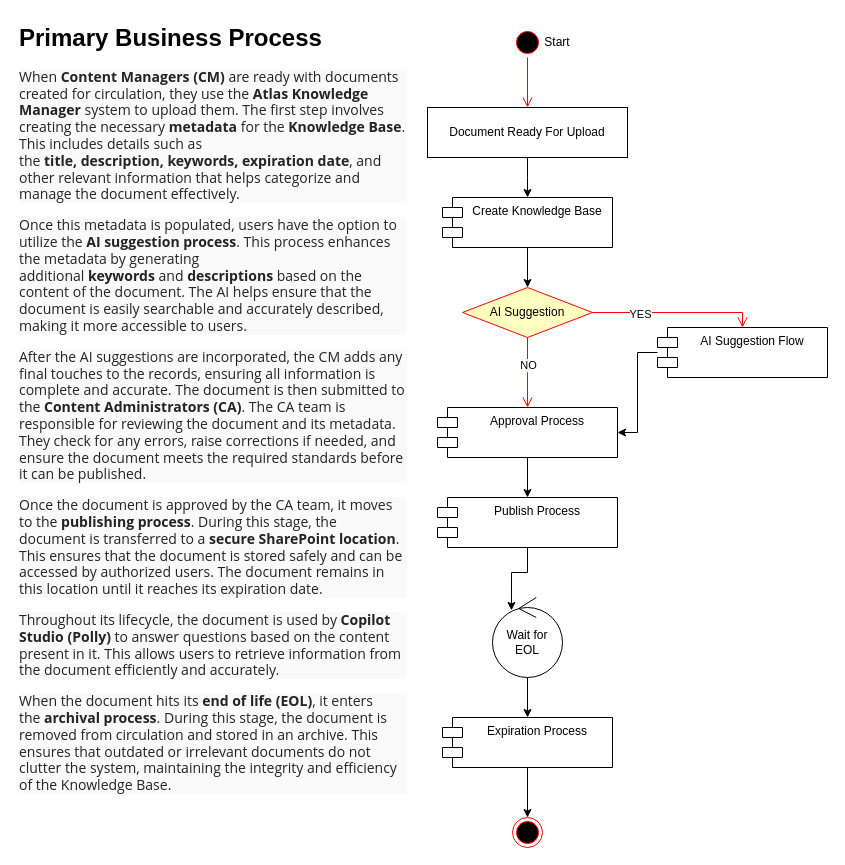
Earlier version of the draw.io diagram page "Primary BPF" (2 of 8) of AtlasDesign.drawio (vignesh989/Playing_It_Cool). Source tidied: cells renumbered, new cells numbered last; positions are measured from the earlier drawing's top-left corner, leaving out a move shared by most shapes. Both pictures are drawn from the tidied source at 100%, with x=0, y=0 at pixel (17, 17).
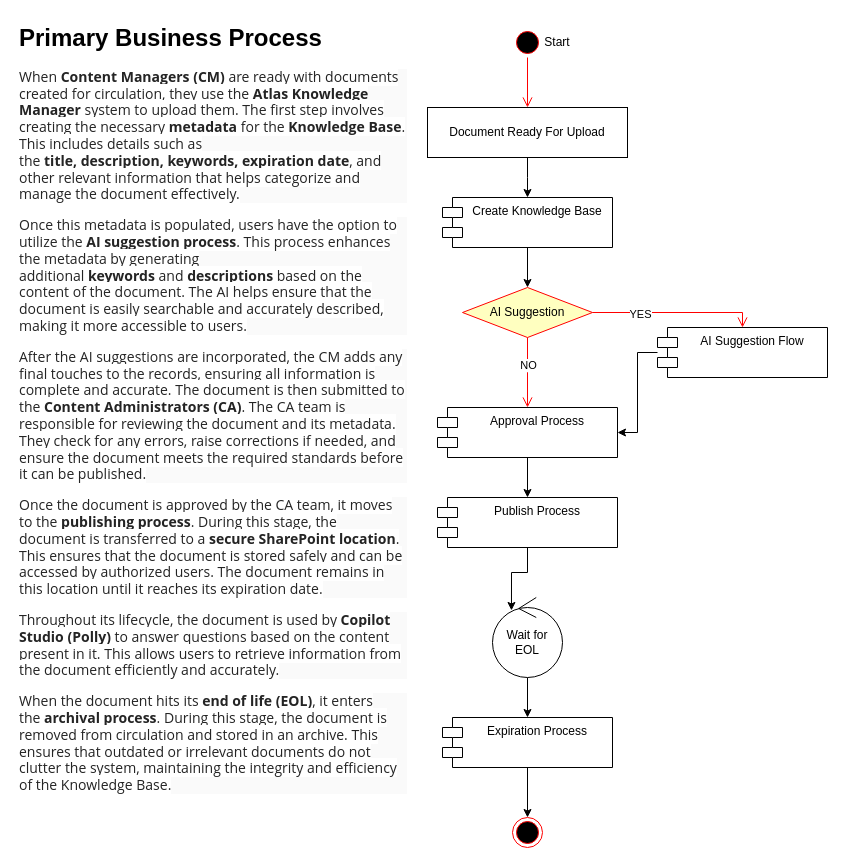
After the change.

Diff of the diagram source:
```diff
@@
-    <mxCell id="25" value="&lt;h1 style=&quot;margin-top: 0px;&quot;&gt;Primary Business Process&lt;/h1&gt;&lt;p style=&quot;margin: 0px 0px 1em; overflow-wrap: break-word; color: rgb(36, 36, 36); font-family: &amp;quot;Segoe UI&amp;quot;, &amp;quot;Segoe UI Web (West European)&amp;quot;, -apple-system, BlinkMacSystemFont, Roboto, &amp;quot;Helvetica Neue&amp;quot;, sans-serif; font-size: 14px; background-color: rgb(250, 250, 250);&quot;&gt;When&amp;nbsp;&lt;b&gt;Content Managers (CM)&lt;/b&gt;&amp;nbsp;are ready with documents created for circulation, they use the&amp;nbsp;&lt;b&gt;Atlas Knowledge Manager&amp;nbsp;&lt;/b&gt;&lt;span style=&quot;font-weight: var(--fontWeightSemibold);&quot;&gt;system&lt;/span&gt;&amp;nbsp;to upload them. The first step involves creating the necessary&amp;nbsp;&lt;b&gt;metadata&amp;nbsp;&lt;/b&gt;for the&amp;nbsp;&lt;b&gt;Knowledge Base&lt;/b&gt;. This includes details such as the&amp;nbsp;&lt;b&gt;title,&amp;nbsp;description,&amp;nbsp;keywords,&amp;nbsp;expiration date&lt;/b&gt;, and other relevant information that helps categorize and manage the document effectively.&lt;/p&gt;&lt;p style=&quot;margin: 0px 0px 1em; overflow-wrap: break-word; color: rgb(36, 36, 36); font-family: &amp;quot;Segoe UI&amp;quot;, &amp;quot;Segoe UI Web (West European)&amp;quot;, -apple-system, BlinkMacSystemFont, Roboto, &amp;quot;Helvetica Neue&amp;quot;, sans-serif; font-size: 14px; background-color: rgb(250, 250, 250);&quot;&gt;Once this metadata is populated, users have the option to utilize the&amp;nbsp;&lt;b&gt;AI suggestion process&lt;/b&gt;. This process enhances the metadata by generating additional&amp;nbsp;&lt;b&gt;keywords&amp;nbsp;&lt;/b&gt;and&amp;nbsp;&lt;b&gt;descriptions&amp;nbsp;&lt;/b&gt;based on the content of the document. The AI helps ensure that the document is easily searchable and accurately described, making it more accessible to users.&lt;/p&gt;&lt;p style=&quot;margin: 0px 0px 1em; overflow-wrap: break-word; color: rgb(36, 36, 36); font-family: &amp;quot;Segoe UI&amp;quot;, &amp;quot;Segoe UI Web (West European)&amp;quot;, -apple-system, BlinkMacSystemFont, Roboto, &amp;quot;Helvetica Neue&amp;quot;, sans-serif; font-size: 14px; background-color: rgb(250, 250, 250);&quot;&gt;After the AI suggestions are incorporated, the CM adds any final touches to the records, ensuring all information is complete and accurate. The document is then submitted to the&amp;nbsp;&lt;b&gt;Content Administrators (CA)&lt;/b&gt;. The CA team is responsible for reviewing the document and its metadata. They check for any errors, raise corrections if needed, and ensure the document meets the required standards before it can be published.&lt;/p&gt;&lt;p style=&quot;margin: 0px 0px 1em; overflow-wrap: break-word; color: rgb(36, 36, 36); font-family: &amp;quot;Segoe UI&amp;quot;, &amp;quot;Segoe UI Web (West European)&amp;quot;, -apple-system, BlinkMacSystemFont, Roboto, &amp;quot;Helvetica Neue&amp;quot;, sans-serif; font-size: 14px; background-color: rgb(250, 250, 250);&quot;&gt;Once the document is approved by the CA team, it moves to the&amp;nbsp;&lt;b&gt;publishing process&lt;/b&gt;. During this stage, the document is transferred to a&amp;nbsp;&lt;b&gt;secure SharePoint location&lt;/b&gt;. This ensures that the document is stored safely and can be accessed by authorized users. The document remains in this location until it reaches its&amp;nbsp;&lt;span style=&quot;font-weight: var(--fontWeightSemibold);&quot;&gt;expiration date&lt;/span&gt;.&lt;/p&gt;&lt;p style=&quot;margin: 0px 0px 1em; overflow-wrap: break-word; color: rgb(36, 36, 36); font-family: &amp;quot;Segoe UI&amp;quot;, &amp;quot;Segoe UI Web (West European)&amp;quot;, -apple-system, BlinkMacSystemFont, Roboto, &amp;quot;Helvetica Neue&amp;quot;, sans-serif; font-size: 14px; background-color: rgb(250, 250, 250);&quot;&gt;Throughout its lifecycle, the document is used by&amp;nbsp;&lt;b&gt;Copilot Studio (Polly)&lt;/b&gt;&amp;nbsp;to answer questions based on the content present in it. This allows users to retrieve information from the document efficiently and accurately.&lt;/p&gt;&lt;p style=&quot;margin: 0px 0px 1em; overflow-wrap: break-word; color: rgb(36, 36, 36); font-family: &amp;quot;Segoe UI&amp;quot;, &amp;quot;Segoe UI Web (West European)&amp;quot;, -apple-system, BlinkMacSystemFont, Roboto, &amp;quot;Helvetica Neue&amp;quot;, sans-serif; font-size: 14px; background-color: rgb(250, 250, 250);&quot;&gt;When the document hits its&amp;nbsp;&lt;b&gt;end of life (EOL)&lt;/b&gt;, it enters the&amp;nbsp;&lt;b&gt;archival process&lt;/b&gt;. During this stage, the document is removed from circulation and stored in an archive. This ensures that outdated or irrelevant documents do not clutter the system, maintaining the integrity and efficiency of the Knowledge Base.&lt;/p&gt;" style="text;html=1;whiteSpace=wrap;overflow=hidden;rounded=0;" parent="1" vertex="1">
+    <mxCell id="25" value="&lt;h1 style=&quot;margin-top: 0px;&quot;&gt;&lt;span style=&quot;background-color: light-dark(#ffffff, var(--ge-dark-color, #121212));&quot;&gt;Primary Business Process&lt;/span&gt;&lt;/h1&gt;&lt;p style=&quot;margin: 0px 0px 1em; overflow-wrap: break-word; color: rgb(36, 36, 36); font-family: &amp;quot;Segoe UI&amp;quot;, &amp;quot;Segoe UI Web (West European)&amp;quot;, -apple-system, BlinkMacSystemFont, Roboto, &amp;quot;Helvetica Neue&amp;quot;, sans-serif; font-size: 14px; background-color: rgb(250, 250, 250);&quot;&gt;&lt;span style=&quot;background-color: light-dark(#ffffff, var(--ge-dark-color, #121212));&quot;&gt;When&amp;nbsp;&lt;b&gt;Content Managers (CM)&lt;/b&gt;&amp;nbsp;are ready with documents created for circulation, they use the&amp;nbsp;&lt;b&gt;Atlas Knowledge Manager&amp;nbsp;&lt;/b&gt;&lt;span style=&quot;font-weight: var(--fontWeightSemibold);&quot;&gt;system&lt;/span&gt;&amp;nbsp;to upload them. The first step involves creating the necessary&amp;nbsp;&lt;b&gt;metadata&amp;nbsp;&lt;/b&gt;for the&amp;nbsp;&lt;b&gt;Knowledge Base&lt;/b&gt;. This includes details such as the&amp;nbsp;&lt;b&gt;title,&amp;nbsp;description,&amp;nbsp;keywords,&amp;nbsp;expiration date&lt;/b&gt;, and other relevant information that helps categorize and manage the document effectively.&lt;/span&gt;&lt;/p&gt;&lt;p style=&quot;margin: 0px 0px 1em; overflow-wrap: break-word; color: rgb(36, 36, 36); font-family: &amp;quot;Segoe UI&amp;quot;, &amp;quot;Segoe UI Web (West European)&amp;quot;, -apple-system, BlinkMacSystemFont, Roboto, &amp;quot;Helvetica Neue&amp;quot;, sans-serif; font-size: 14px; background-color: rgb(250, 250, 250);&quot;&gt;&lt;span style=&quot;background-color: light-dark(#ffffff, var(--ge-dark-color, #121212));&quot;&gt;Once this metadata is populated, users have the option to utilize the&amp;nbsp;&lt;b&gt;AI suggestion process&lt;/b&gt;. This process enhances the metadata by generating additional&amp;nbsp;&lt;b&gt;keywords&amp;nbsp;&lt;/b&gt;and&amp;nbsp;&lt;b&gt;descriptions&amp;nbsp;&lt;/b&gt;based on the content of the document. The AI helps ensure that the document is easily searchable and accurately described, making it more accessible to users.&lt;/span&gt;&lt;/p&gt;&lt;p style=&quot;margin: 0px 0px 1em; overflow-wrap: break-word; color: rgb(36, 36, 36); font-family: &amp;quot;Segoe UI&amp;quot;, &amp;quot;Segoe UI Web (West European)&amp;quot;, -apple-system, BlinkMacSystemFont, Roboto, &amp;quot;Helvetica Neue&amp;quot;, sans-serif; font-size: 14px; background-color: rgb(250, 250, 250);&quot;&gt;&lt;span style=&quot;background-color: light-dark(#ffffff, var(--ge-dark-color, #121212));&quot;&gt;After the AI suggestions are incorporated, the CM adds any final touches to the records, ensuring all information is complete and accurate. The document is then submitted to the&amp;nbsp;&lt;b&gt;Content Administrators (CA)&lt;/b&gt;. The CA team is responsible for reviewing the document and its metadata. They check for any errors, raise corrections if needed, and ensure the document meets the required standards before it can be published.&lt;/span&gt;&lt;/p&gt;&lt;p style=&quot;margin: 0px 0px 1em; overflow-wrap: break-word; color: rgb(36, 36, 36); font-family: &amp;quot;Segoe UI&amp;quot;, &amp;quot;Segoe UI Web (West European)&amp;quot;, -apple-system, BlinkMacSystemFont, Roboto, &amp;quot;Helvetica Neue&amp;quot;, sans-serif; font-size: 14px; background-color: rgb(250, 250, 250);&quot;&gt;&lt;span style=&quot;background-color: light-dark(#ffffff, var(--ge-dark-color, #121212));&quot;&gt;Once the document is approved by the CA team, it moves to the&amp;nbsp;&lt;b&gt;publishing process&lt;/b&gt;. During this stage, the document is transferred to a&amp;nbsp;&lt;b&gt;secure SharePoint location&lt;/b&gt;. This ensures that the document is stored safely and can be accessed by authorized users. The document remains in this location until it reaches its&amp;nbsp;&lt;span style=&quot;font-weight: var(--fontWeightSemibold);&quot;&gt;expiration date&lt;/span&gt;.&lt;/span&gt;&lt;/p&gt;&lt;p style=&quot;margin: 0px 0px 1em; overflow-wrap: break-word; color: rgb(36, 36, 36); font-family: &amp;quot;Segoe UI&amp;quot;, &amp;quot;Segoe UI Web (West European)&amp;quot;, -apple-system, BlinkMacSystemFont, Roboto, &amp;quot;Helvetica Neue&amp;quot;, sans-serif; font-size: 14px; background-color: rgb(250, 250, 250);&quot;&gt;&lt;span style=&quot;background-color: light-dark(#ffffff, var(--ge-dark-color, #121212));&quot;&gt;Throughout its lifecycle, the document is used by&amp;nbsp;&lt;b&gt;Copilot Studio (Polly)&lt;/b&gt;&amp;nbsp;to answer questions based on the content present in it. This allows users to retrieve information from the document efficiently and accurately.&lt;/span&gt;&lt;/p&gt;&lt;p style=&quot;margin: 0px 0px 1em; overflow-wrap: break-word; color: rgb(36, 36, 36); font-family: &amp;quot;Segoe UI&amp;quot;, &amp;quot;Segoe UI Web (West European)&amp;quot;, -apple-system, BlinkMacSystemFont, Roboto, &amp;quot;Helvetica Neue&amp;quot;, sans-serif; font-size: 14px; background-color: rgb(250, 250, 250);&quot;&gt;&lt;span style=&quot;background-color: light-dark(#ffffff, var(--ge-dark-color, #121212));&quot;&gt;When the document hits its&amp;nbsp;&lt;b style=&quot;&quot;&gt;end of life (EOL)&lt;/b&gt;, it enters the&amp;nbsp;&lt;b style=&quot;&quot;&gt;archival process&lt;/b&gt;. During this stage, the document is removed from circulation and stored in an archive. This ensures that outdated or irrelevant documents do not clutter the system, maintaining the integrity and efficiency of the Knowledge Base.&lt;/span&gt;&lt;/p&gt;" style="text;html=1;whiteSpace=wrap;overflow=hidden;rounded=0;" parent="1" vertex="1">
       <mxGeometry width="390" height="820" as="geometry" />
     </mxCell>
```
